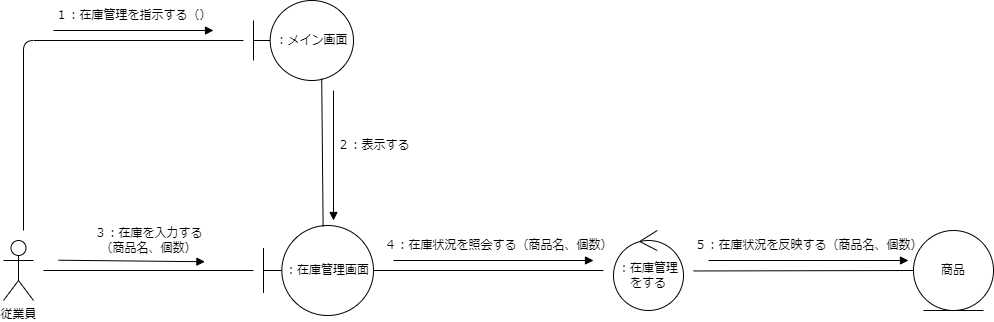
Earlier version of the draw.io export psp4/コミュニケーション図/コミュニケーション図_在庫管理.drawio.png (MasakiHiguchi/---). Source tidied: cells renumbered, new cells last; positions are measured from the earlier drawing's top-left corner, leaving out a move shared by most shapes.
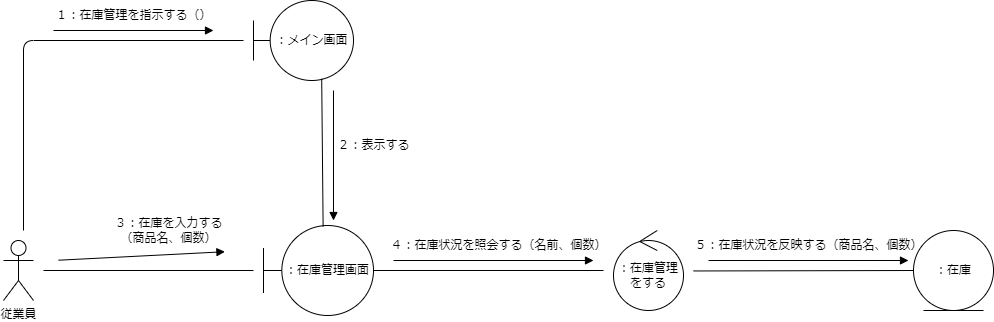
Later version of the same file.

Diff of the diagram source:
```diff
@@ -31,7 +31,7 @@
         <mxPoint x="690" y="270.5" as="targetPoint" />
       </mxGeometry>
     </mxCell>
-    <mxCell id="8" value="商品" style="ellipse;shape=umlEntity;whiteSpace=wrap;html=1;" parent="1" vertex="1">
+    <mxCell id="8" value="：在庫" style="ellipse;shape=umlEntity;whiteSpace=wrap;html=1;" parent="1" vertex="1">
       <mxGeometry x="910" y="230" width="80" height="80" as="geometry" />
     </mxCell>
     <mxCell id="9" value="１：在庫管理を指示する（）" style="text;html=1;align=center;verticalAlign=middle;strokeColor=none;fillColor=none;" parent="1" vertex="1">
@@ -59,7 +59,7 @@
       <mxGeometry x="320" y="130" width="100" height="30" as="geometry" />
     </mxCell>
     <mxCell id="15" value="３：在庫を入力する&lt;br&gt;（商品名、個数）" style="text;html=1;align=center;verticalAlign=middle;points=[];strokeColor=none;fillColor=none;" parent="1" vertex="1">
-      <mxGeometry x="80" y="220" width="130" height="40" as="geometry" />
+      <mxGeometry x="100" y="210" width="130" height="40" as="geometry" />
     </mxCell>
     <mxCell id="16" style="endArrow=block;html=1;endFill=1;entryX=0.934;entryY=1.031;entryDx=0;entryDy=0;entryPerimeter=0;" parent="1" edge="1" target="15">
       <mxGeometry relative="1" as="geometry">
@@ -78,8 +78,8 @@
         <mxPoint x="590" y="260" as="targetPoint" />
       </mxGeometry>
     </mxCell>
-    <mxCell id="19" value="４：在庫状況を照会する（商品名、個数）" style="text;html=1;align=center;verticalAlign=middle;strokeColor=none;fillColor=none;" parent="1" vertex="1">
-      <mxGeometry x="370" y="230" width="250" height="30" as="geometry" />
+    <mxCell id="19" value="４：在庫状況を照会する（名前、個数）" style="text;html=1;align=center;verticalAlign=middle;strokeColor=none;fillColor=none;" parent="1" vertex="1">
+      <mxGeometry x="375" y="230" width="240" height="30" as="geometry" />
     </mxCell>
     <mxCell id="20" value="５：在庫状況を反映する（商品名、個数）" style="text;html=1;align=center;verticalAlign=middle;strokeColor=none;fillColor=none;" parent="1" vertex="1">
       <mxGeometry x="680" y="230" width="250" height="30" as="geometry" />
```
